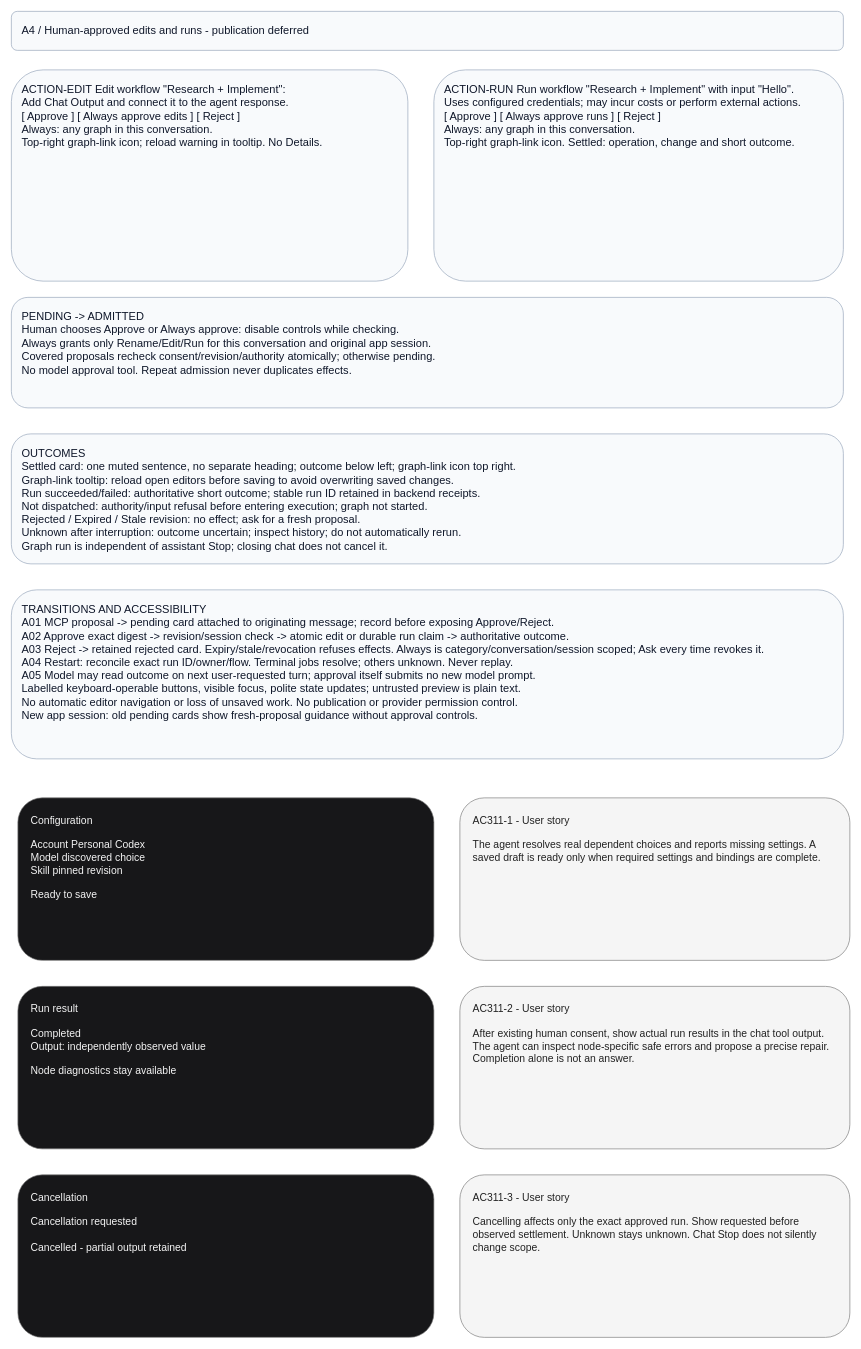
Above: page "A4 - Human-approved graph actions" (4 of 8) of projects/laomedo/subsystems/agent-execution/design/application-assistant.drawio in amadou-6e/specs (draw.io), before the change. Source tidied: cells renumbered, new cells numbered last; positions are measured from the earlier drawing's top-left corner, leaving out a move shared by most shapes. Both pictures are drawn from the tidied source at 65%, with x=0, y=0 at pixel (11, 11).
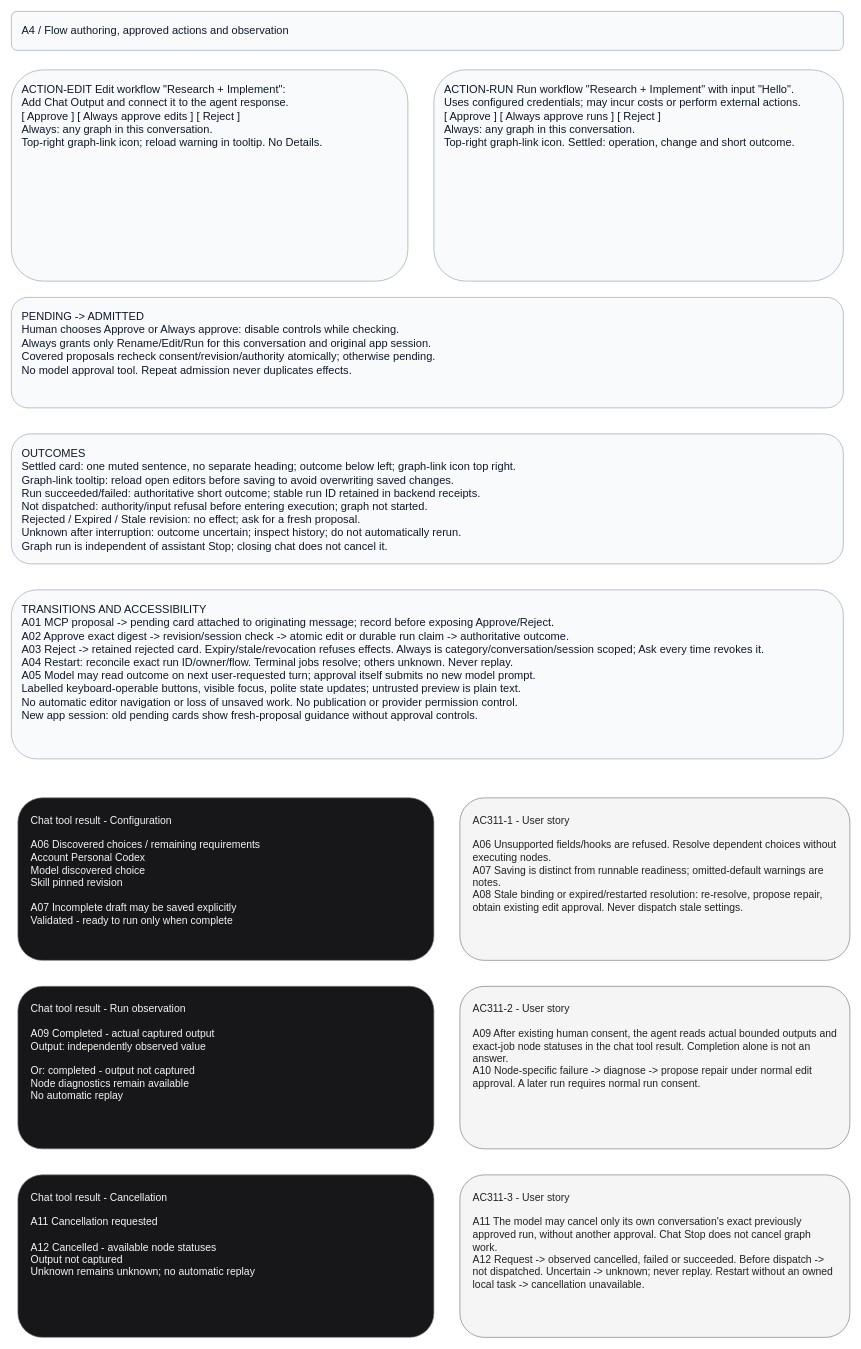
After the change.

Commit message (it also covers changes not shown here):
Clarify authoring transitions and cancelled run evidence

Diff of the diagram source:
```diff
@@
 <mxGraphModel>
   <root>
     <mxCell id="0" />
     <mxCell id="1" parent="0" />
-    <mxCell id="2" value="A4 / Human-approved edits and runs - publication deferred" style="rounded=1;whiteSpace=wrap;html=0;fillColor=#f8fafc;strokeColor=#94a3b8;fontColor=#0f172a;fontFamily=Arial;fontSize=17;align=left;verticalAlign=top;spacing=16;" parent="1" vertex="1">
+    <mxCell id="2" value="A4 / Flow authoring, approved actions and observation" style="rounded=1;whiteSpace=wrap;html=0;fillColor=#f8fafc;strokeColor=#94a3b8;fontColor=#0f172a;fontFamily=Arial;fontSize=17;align=left;verticalAlign=top;spacing=16;" parent="1" vertex="1">
       <mxGeometry width="1280" height="60" as="geometry" />
     </mxCell>
     <mxCell id="3" value="ACTION-EDIT  Edit workflow &quot;Research + Implement&quot;:&#10;Add Chat Output and connect it to the agent response.&#10;[ Approve ] [ Always approve edits ] [ Reject ]&#10;Always: any graph in this conversation.&#10;Top-right graph-link icon; reload warning in tooltip. No Details." style="rounded=1;whiteSpace=wrap;html=0;fillColor=#f8fafc;strokeColor=#94a3b8;fontColor=#0f172a;fontFamily=Arial;fontSize=17;align=left;verticalAlign=top;spacing=16;" parent="1" vertex="1">
       <mxGeometry y="90" width="610" height="325" as="geometry" />
     </mxCell>
     <mxCell id="4" value="ACTION-RUN  Run workflow &quot;Research + Implement&quot; with input &quot;Hello&quot;.&#10;Uses configured credentials; may incur costs or perform external actions.&#10;[ Approve ] [ Always approve runs ] [ Reject ]&#10;Always: any graph in this conversation.&#10;Top-right graph-link icon. Settled: operation, change and short outcome." style="rounded=1;whiteSpace=wrap;html=0;fillColor=#f8fafc;strokeColor=#94a3b8;fontColor=#0f172a;fontFamily=Arial;fontSize=17;align=left;verticalAlign=top;spacing=16;" parent="1" vertex="1">
       <mxGeometry x="650" y="90" width="630" height="325" as="geometry" />
     </mxCell>
     <mxCell id="5" value="PENDING -&gt; ADMITTED&#10;Human chooses Approve or Always approve: disable controls while checking.&#10;Always grants only Rename/Edit/Run for this conversation and original app session.&#10;Covered proposals recheck consent/revision/authority atomically; otherwise pending.&#10;No model approval tool. Repeat admission never duplicates effects." style="rounded=1;whiteSpace=wrap;html=0;fillColor=#f8fafc;strokeColor=#94a3b8;fontColor=#0f172a;fontFamily=Arial;fontSize=17;align=left;verticalAlign=top;spacing=16;" parent="1" vertex="1">
       <mxGeometry y="440" width="1280" height="170" as="geometry" />
     </mxCell>
     <mxCell id="6" value="OUTCOMES&#10;Settled card: one muted sentence, no separate heading; outcome below left; graph-link icon top right.&#10;Graph-link tooltip: reload open editors before saving to avoid overwriting saved changes.&#10;Run succeeded/failed: authoritative short outcome; stable run ID retained in backend receipts.&#10;Not dispatched: authority/input refusal before entering execution; graph not started.&#10;Rejected / Expired / Stale revision: no effect; ask for a fresh proposal.&#10;Unknown after interruption: outcome uncertain; inspect history; do not automatically rerun.&#10;Graph run is independent of assistant Stop; closing chat does not cancel it." style="rounded=1;whiteSpace=wrap;html=0;fillColor=#f8fafc;strokeColor=#94a3b8;fontColor=#0f172a;fontFamily=Arial;fontSize=17;align=left;verticalAlign=top;spacing=16;" parent="1" vertex="1">
       <mxGeometry y="650" width="1280" height="200" as="geometry" />
     </mxCell>
     <mxCell id="7" value="TRANSITIONS AND ACCESSIBILITY&#10;A01 MCP proposal -&gt; pending card attached to originating message; record before exposing Approve/Reject.&#10;A02 Approve exact digest -&gt; revision/session check -&gt; atomic edit or durable run claim -&gt; authoritative outcome.&#10;A03 Reject -&gt; retained rejected card. Expiry/stale/revocation refuses effects. Always is category/conversation/session scoped; Ask every time revokes it.&#10;A04 Restart: reconcile exact run ID/owner/flow. Terminal jobs resolve; others unknown. Never replay.&#10;A05 Model may read outcome on next user-requested turn; approval itself submits no new model prompt.&#10;Labelled keyboard-operable buttons, visible focus, polite state updates; untrusted preview is plain text.&#10;No automatic editor navigation or loss of unsaved work. No publication or provider permission control.&#10;New app session: old pending cards show fresh-proposal guidance without approval controls." style="rounded=1;whiteSpace=wrap;html=0;fillColor=#f8fafc;strokeColor=#94a3b8;fontColor=#0f172a;fontFamily=Arial;fontSize=17;align=left;verticalAlign=top;spacing=16;" parent="1" vertex="1">
       <mxGeometry y="890" width="1280" height="260" as="geometry" />
     </mxCell>
-    <mxCell id="8" value="Configuration&#10;&#10;Account  Personal Codex&#10;Model  discovered choice&#10;Skill  pinned revision&#10;&#10;Ready to save" style="rounded=1;whiteSpace=wrap;html=0;align=left;verticalAlign=top;spacing=20;fontSize=16;fillColor=#171719;fontColor=#f5f5f5;strokeColor=#777777;" parent="1" vertex="1">
+    <mxCell id="8" value="Chat tool result - Configuration&#10;&#10;A06 Discovered choices / remaining requirements&#10;Account  Personal Codex&#10;Model  discovered choice&#10;Skill  pinned revision&#10;&#10;A07 Incomplete draft may be saved explicitly&#10;Validated - ready to run only when complete" style="rounded=1;whiteSpace=wrap;html=0;align=left;verticalAlign=top;spacing=20;fontSize=16;fillColor=#171719;fontColor=#f5f5f5;strokeColor=#777777;" parent="1" vertex="1">
       <mxGeometry x="10" y="1210" width="640" height="250" as="geometry" />
     </mxCell>
-    <mxCell id="9" value="AC311-1 - User story&#10;&#10;The agent resolves real dependent choices and reports missing settings. A saved draft is ready only when required settings and bindings are complete." style="rounded=1;whiteSpace=wrap;html=0;align=left;verticalAlign=top;spacing=20;fontSize=16;fillColor=#f5f5f5;fontColor=#222222;strokeColor=#777777;" parent="1" vertex="1">
+    <mxCell id="9" value="AC311-1 - User story&#10;&#10;A06 Unsupported fields/hooks are refused. Resolve dependent choices without executing nodes.&#10;A07 Saving is distinct from runnable readiness; omitted-default warnings are notes.&#10;A08 Stale binding or expired/restarted resolution: re-resolve, propose repair, obtain existing edit approval. Never dispatch stale settings." style="rounded=1;whiteSpace=wrap;html=0;align=left;verticalAlign=top;spacing=20;fontSize=16;fillColor=#f5f5f5;fontColor=#222222;strokeColor=#777777;" parent="1" vertex="1">
       <mxGeometry x="690" y="1210" width="600" height="250" as="geometry" />
     </mxCell>
-    <mxCell id="10" value="Run result&#10;&#10;Completed&#10;Output: independently observed value&#10;&#10;Node diagnostics stay available" style="rounded=1;whiteSpace=wrap;html=0;align=left;verticalAlign=top;spacing=20;fontSize=16;fillColor=#171719;fontColor=#f5f5f5;strokeColor=#777777;" parent="1" vertex="1">
+    <mxCell id="10" value="Chat tool result - Run observation&#10;&#10;A09 Completed - actual captured output&#10;Output: independently observed value&#10;&#10;Or: completed - output not captured&#10;Node diagnostics remain available&#10;No automatic replay" style="rounded=1;whiteSpace=wrap;html=0;align=left;verticalAlign=top;spacing=20;fontSize=16;fillColor=#171719;fontColor=#f5f5f5;strokeColor=#777777;" parent="1" vertex="1">
       <mxGeometry x="10" y="1500" width="640" height="250" as="geometry" />
     </mxCell>
-    <mxCell id="11" value="AC311-2 - User story&#10;&#10;After existing human consent, show actual run results in the chat tool output. The agent can inspect node-specific safe errors and propose a precise repair. Completion alone is not an answer." style="rounded=1;whiteSpace=wrap;html=0;align=left;verticalAlign=top;spacing=20;fontSize=16;fillColor=#f5f5f5;fontColor=#222222;strokeColor=#777777;" parent="1" vertex="1">
+    <mxCell id="11" value="AC311-2 - User story&#10;&#10;A09 After existing human consent, the agent reads actual bounded outputs and exact-job node statuses in the chat tool result. Completion alone is not an answer.&#10;A10 Node-specific failure -&gt; diagnose -&gt; propose repair under normal edit approval. A later run requires normal run consent." style="rounded=1;whiteSpace=wrap;html=0;align=left;verticalAlign=top;spacing=20;fontSize=16;fillColor=#f5f5f5;fontColor=#222222;strokeColor=#777777;" parent="1" vertex="1">
       <mxGeometry x="690" y="1500" width="600" height="250" as="geometry" />
     </mxCell>
-    <mxCell id="12" value="Cancellation&#10;&#10;Cancellation requested&#10;&#10;Cancelled - partial output retained" style="rounded=1;whiteSpace=wrap;html=0;align=left;verticalAlign=top;spacing=20;fontSize=16;fillColor=#171719;fontColor=#f5f5f5;strokeColor=#777777;" parent="1" vertex="1">
+    <mxCell id="12" value="Chat tool result - Cancellation&#10;&#10;A11 Cancellation requested&#10;&#10;A12 Cancelled - available node statuses&#10;Output not captured&#10;Unknown remains unknown; no automatic replay" style="rounded=1;whiteSpace=wrap;html=0;align=left;verticalAlign=top;spacing=20;fontSize=16;fillColor=#171719;fontColor=#f5f5f5;strokeColor=#777777;" parent="1" vertex="1">
       <mxGeometry x="10" y="1790" width="640" height="250" as="geometry" />
     </mxCell>
-    <mxCell id="13" value="AC311-3 - User story&#10;&#10;Cancelling affects only the exact approved run. Show requested before observed settlement. Unknown stays unknown. Chat Stop does not silently change scope." style="rounded=1;whiteSpace=wrap;html=0;align=left;verticalAlign=top;spacing=20;fontSize=16;fillColor=#f5f5f5;fontColor=#222222;strokeColor=#777777;" parent="1" vertex="1">
+    <mxCell id="13" value="AC311-3 - User story&#10;&#10;A11 The model may cancel only its own conversation's exact previously approved run, without another approval. Chat Stop does not cancel graph work.&#10;A12 Request -&gt; observed cancelled, failed or succeeded. Before dispatch -&gt; not dispatched. Uncertain -&gt; unknown; never replay. Restart without an owned local task -&gt; cancellation unavailable." style="rounded=1;whiteSpace=wrap;html=0;align=left;verticalAlign=top;spacing=20;fontSize=16;fillColor=#f5f5f5;fontColor=#222222;strokeColor=#777777;" parent="1" vertex="1">
       <mxGeometry x="690" y="1790" width="600" height="250" as="geometry" />
     </mxCell>
   </root>
 </mxGraphModel>
```
